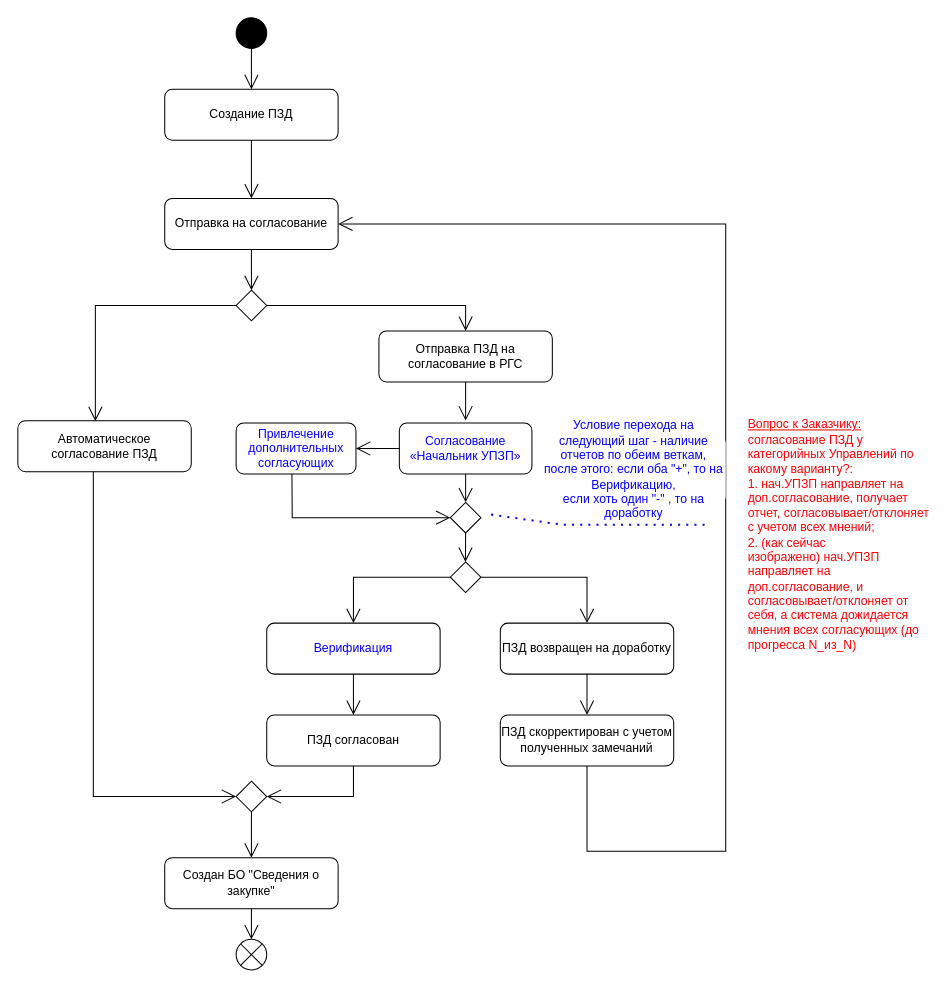
Earlier version of the draw.io diagram page "Подготовка к закупкам" (3 of 11) of Предметная область SRM.drawio (realrvs/drawio). Source tidied: cells renumbered, new cells numbered last; positions are measured from the earlier drawing's top-left corner, leaving out a move shared by most shapes. Both pictures are drawn from the tidied source at 102%, with x=0, y=0 at pixel (17, 17).
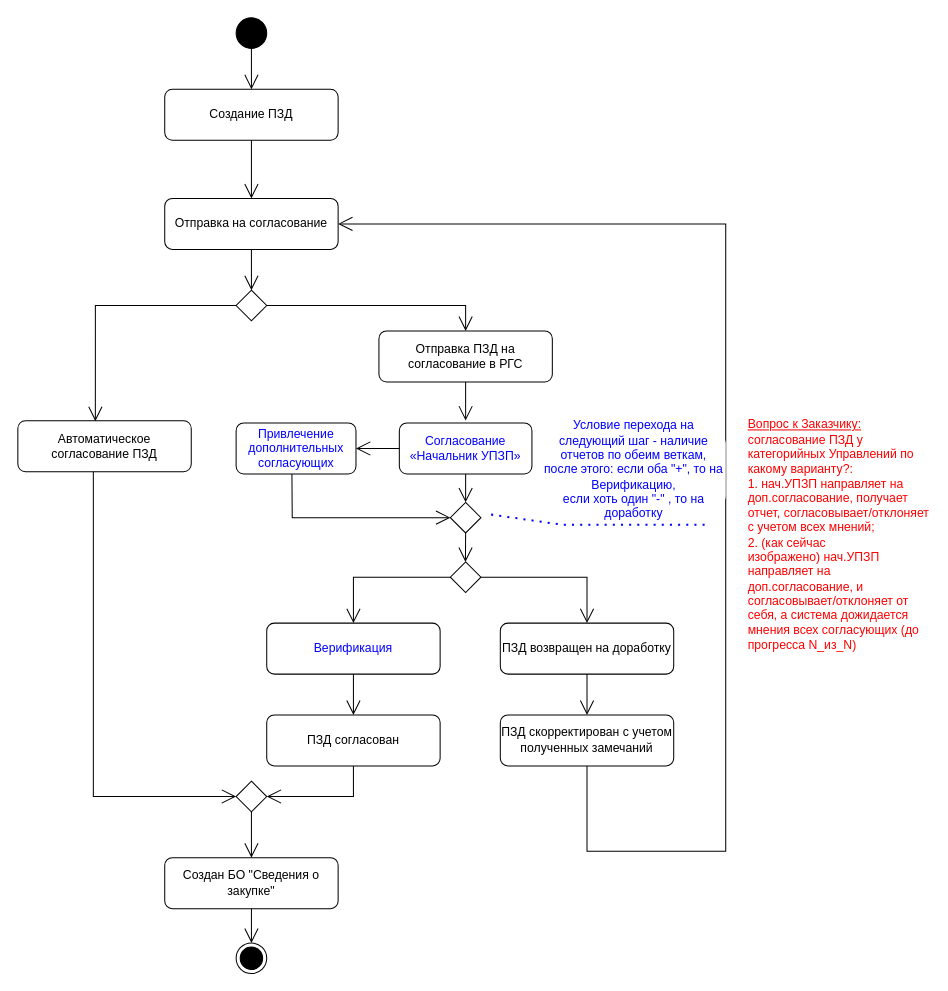
The same diagram, later.

Unchanged cells that the change refers to:
```xml
<mxCell id="5" value="Создан БО &quot;Сведения о закупке&quot;" style="html=1;whiteSpace=wrap;rounded=1;" parent="1" vertex="1">
  <mxGeometry x="144" y="823.4" width="170" height="50" as="geometry" />
</mxCell>
```

What changed in the source:
```diff
@@
-    <mxCell id="27" style="shape=sumEllipse;perimeter=ellipsePerimeter;html=1;backgroundOutline=1;" parent="1" vertex="1">
-      <mxGeometry x="214" y="903.4" width="30" height="30" as="geometry" />
-    </mxCell>
-    <mxCell id="28" style="endArrow=open;endFill=1;endSize=12;html=1;rounded=0;exitX=0.5;exitY=1;exitDx=0;exitDy=0;entryX=0.5;entryY=0;entryDx=0;entryDy=0;" parent="1" edge="1" source="5" target="27">
+    <mxCell id="28" style="endArrow=open;endFill=1;endSize=12;html=1;rounded=0;exitX=0.5;exitY=1;exitDx=0;exitDy=0;entryX=0.5;entryY=0;entryDx=0;entryDy=0;" parent="1" edge="1" source="5" target="42">
       <mxGeometry relative="1" as="geometry" />
     </mxCell>
@@
+    <mxCell id="42" style="ellipse;html=1;shape=endState;fillColor=strokeColor;" parent="1" vertex="1">
+      <mxGeometry x="214" y="907" width="30" height="30" as="geometry" />
+    </mxCell>
```
